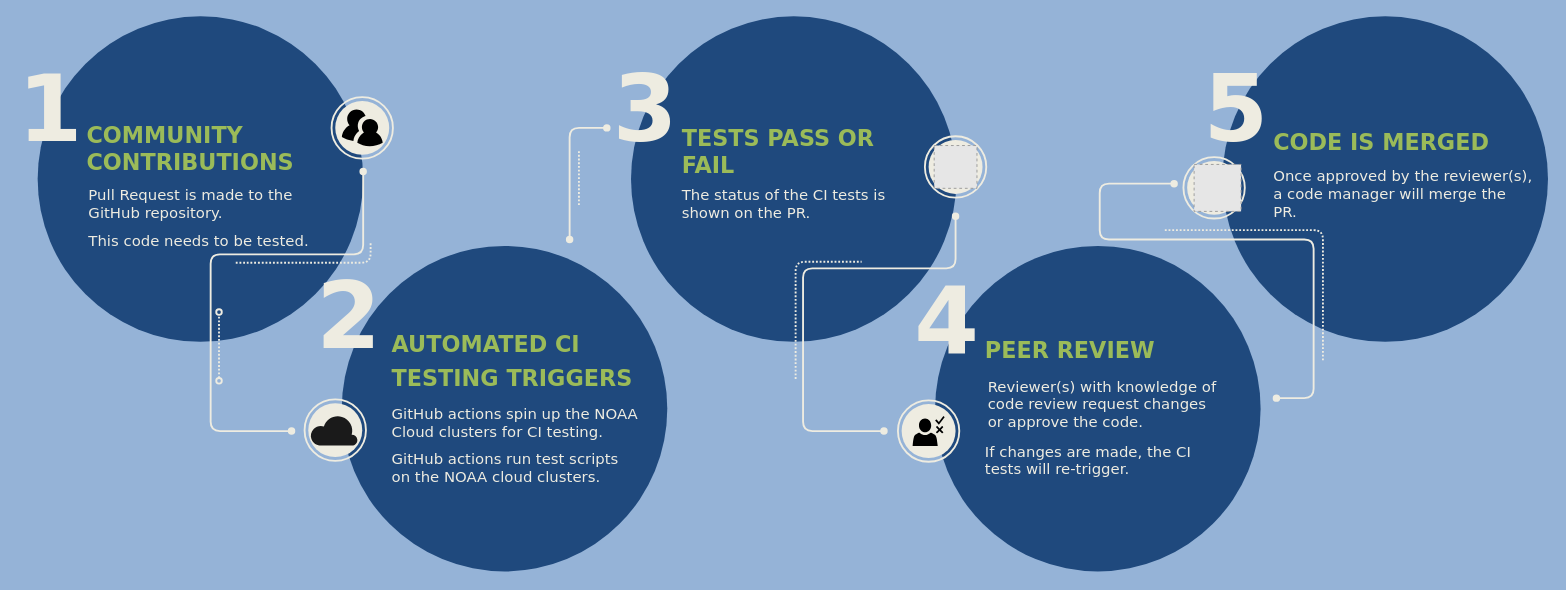
Before: Flowchart2AGU22.drawio in laurenchilutti/draw_io, a draw.io diagram. Source tidied: cells renumbered, new cells numbered last; positions are measured from the earlier drawing's top-left corner, leaving out a move shared by most shapes. Both pictures are drawn from the tidied source at 93%, with x=0, y=0 at pixel (16, 16). Pictures stored in the file or linked from it are replaced by grey dashed boxes.
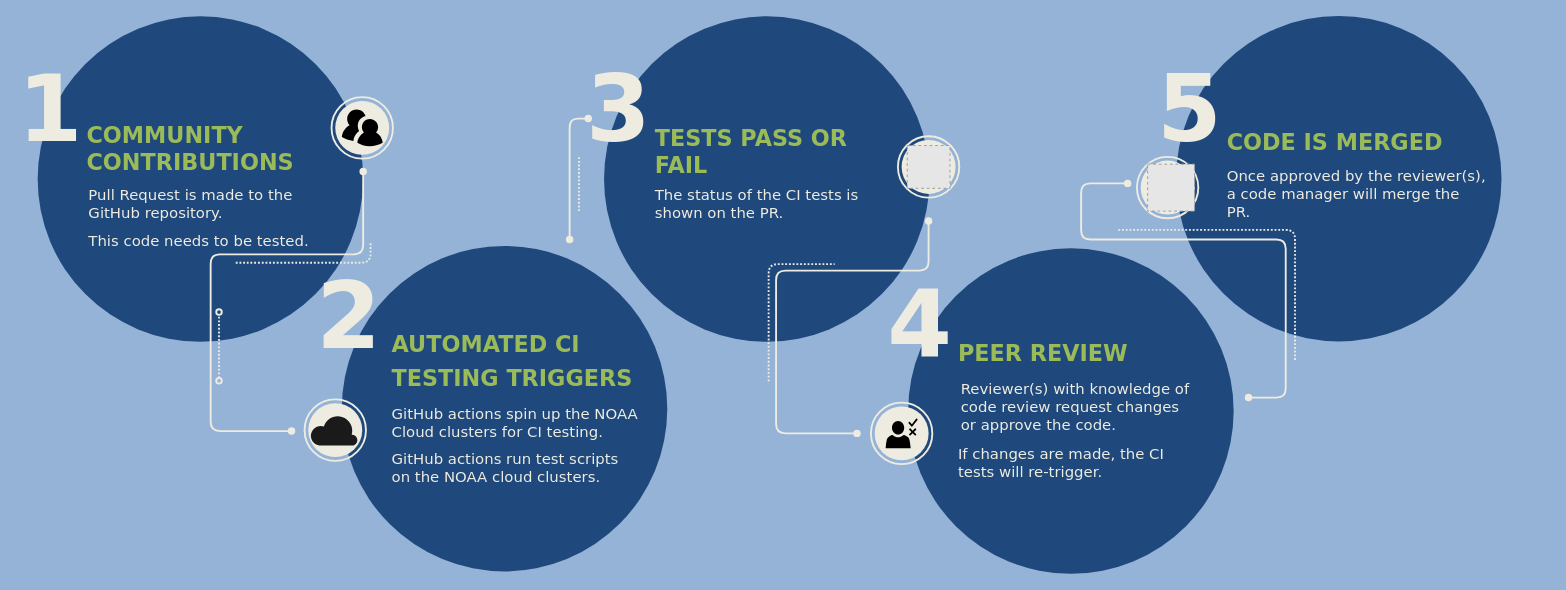
Above is the later version.

What changed in the source:
```diff
@@
     <mxCell id="23" style="ellipse;whiteSpace=wrap;html=1;fontFamily=Verdana;fontSize=16;fontColor=#DDDDDD;strokeColor=none;fillColor=#1F497D;" parent="1" vertex="1">
-      <mxGeometry x="661" width="350" height="350" as="geometry" />
+      <mxGeometry x="632" width="350" height="350" as="geometry" />
     </mxCell>
     <mxCell id="24" style="ellipse;whiteSpace=wrap;html=1;fontFamily=Verdana;fontSize=16;fontColor=#DDDDDD;strokeColor=none;fillColor=#1F497D;" parent="1" vertex="1">
-      <mxGeometry x="988" y="247" width="350" height="350" as="geometry" />
+      <mxGeometry x="959" y="249.5" width="350" height="350" as="geometry" />
     </mxCell>
     <mxCell id="25" value="&lt;font color=&quot;#eeece1&quot;&gt;3&lt;/font&gt;" style="text;html=1;align=left;verticalAlign=top;spacingTop=-4;fontSize=100;fontFamily=Verdana;fontColor=#F18808;fontStyle=1;" parent="1" vertex="1">
-      <mxGeometry x="640" y="38" width="90" height="130" as="geometry" />
+      <mxGeometry x="611" y="38" width="90" height="130" as="geometry" />
     </mxCell>
     <mxCell id="26" value="&lt;font color=&quot;#eeece1&quot;&gt;4&lt;/font&gt;" style="text;html=1;align=left;verticalAlign=top;spacingTop=-4;fontSize=100;fontFamily=Verdana;fontColor=#F18808;fontStyle=1;" parent="1" vertex="1">
-      <mxGeometry x="964" y="266" width="90" height="130" as="geometry" />
+      <mxGeometry x="935" y="268.5" width="90" height="130" as="geometry" />
     </mxCell>
     <mxCell id="27" value="&lt;font color=&quot;#9bbb59&quot;&gt;TESTS PASS OR&lt;br&gt;FAIL&lt;br&gt;&lt;/font&gt;" style="text;html=1;align=left;verticalAlign=top;spacingTop=-4;fontSize=24;fontFamily=Verdana;fontColor=#DDDDDD;fontStyle=1;" parent="1" vertex="1">
-      <mxGeometry x="714" y="115" width="230" height="70" as="geometry" />
+      <mxGeometry x="685" y="115" width="230" height="70" as="geometry" />
     </mxCell>
     <mxCell id="28" value="&lt;div style=&quot;line-height: 150%&quot;&gt;&lt;font color=&quot;#9bbb59&quot;&gt;PEER REVIEW&lt;/font&gt;&lt;/div&gt;" style="text;html=1;align=left;verticalAlign=top;spacingTop=-4;fontSize=24;fontFamily=Verdana;fontColor=#DDDDDD;fontStyle=1;" parent="1" vertex="1">
-      <mxGeometry x="1040" y="339" width="210" height="40" as="geometry" />
+      <mxGeometry x="1011" y="341.5" width="210" height="40" as="geometry" />
     </mxCell>
     <mxCell id="29" value="&lt;font color=&quot;#eeece1&quot;&gt;The status of the CI tests is&lt;br&gt;shown on the PR.&lt;br&gt;&lt;/font&gt;" style="text;html=1;align=left;verticalAlign=top;spacingTop=-4;fontSize=16;fontColor=#888888;fontFamily=Verdana;" parent="1" vertex="1">
-      <mxGeometry x="714" y="180" width="250" height="50" as="geometry" />
+      <mxGeometry x="685" y="180" width="250" height="50" as="geometry" />
     </mxCell>
     <mxCell id="30" value="&lt;font color=&quot;#eeece1&quot;&gt;Reviewer(s) with knowledge of&amp;nbsp;&lt;br&gt;code review request changes&lt;br&gt;or approve the code.&lt;br&gt;&lt;/font&gt;" style="text;html=1;align=left;verticalAlign=top;spacingTop=-4;fontSize=16;fontColor=#888888;fontFamily=Verdana;" parent="1" vertex="1">
-      <mxGeometry x="1043" y="386" width="280" height="70" as="geometry" />
+      <mxGeometry x="1014" y="388.5" width="280" height="70" as="geometry" />
     </mxCell>
     <mxCell id="31" style="endArrow=none;html=1;strokeColor=#EEECE1;fontFamily=Verdana;fontSize=16;fontColor=#DDDDDD;endFill=0;rounded=1;endSize=6;startArrow=none;startFill=0;strokeWidth=2;dashed=1;dashPattern=1 1;" parent="1" edge="1">
-      <mxGeometry x="1516" y="-210" as="geometry">
-        <mxPoint x="838" y="390" as="sourcePoint" />
-        <mxPoint x="909" y="264" as="targetPoint" />
+      <mxGeometry x="1487" y="-207.5" as="geometry">
+        <mxPoint x="809" y="392.5" as="sourcePoint" />
+        <mxPoint x="880" y="266.5" as="targetPoint" />
         <Array as="points">
-          <mxPoint x="838" y="264" />
+          <mxPoint x="809" y="266.5" />
         </Array>
       </mxGeometry>
     </mxCell>
     <mxCell id="32" style="endArrow=oval;html=1;strokeColor=#EEECE1;fontFamily=Verdana;fontSize=16;fontColor=#DDDDDD;endFill=1;rounded=1;endSize=6;startArrow=oval;startFill=1;strokeWidth=2;" parent="1" edge="1">
       <mxGeometry relative="1" as="geometry">
-        <mxPoint x="933" y="446" as="sourcePoint" />
-        <mxPoint x="1010" y="215" as="targetPoint" />
+        <mxPoint x="904" y="448.5" as="sourcePoint" />
+        <mxPoint x="981" y="220" as="targetPoint" />
         <Array as="points">
-          <mxPoint x="846" y="446" />
-          <mxPoint x="846" y="271" />
-          <mxPoint x="1010" y="271" />
+          <mxPoint x="817" y="448.5" />
+          <mxPoint x="817" y="273.5" />
+          <mxPoint x="981" y="273.5" />
+          <mxPoint x="981" y="252.5" />
         </Array>
       </mxGeometry>
     </mxCell>
     <mxCell id="33" style="group;" parent="1" vertex="1">
-      <mxGeometry x="977" y="129" width="66" height="66" as="geometry" />
+      <mxGeometry x="948" y="129" width="66" height="66" as="geometry" />
     </mxCell>
@@
     <mxCell id="37" style="group;" parent="1" vertex="1">
-      <mxGeometry x="948" y="413" width="66" height="66" as="geometry" />
+      <mxGeometry x="919" y="415.5" width="66" height="66" as="geometry" />
     </mxCell>
@@
     <mxCell id="41" value="&lt;font color=&quot;#eeece1&quot;&gt;&lt;br&gt;&lt;/font&gt;" style="text;html=1;align=left;verticalAlign=top;spacingTop=-4;fontSize=16;fontColor=#888888;fontFamily=Verdana;" parent="1" vertex="1">
-      <mxGeometry x="714" y="226" width="20" height="30" as="geometry" />
+      <mxGeometry x="685" y="226" width="20" height="30" as="geometry" />
     </mxCell>
     <mxCell id="42" value="&lt;font color=&quot;#eeece1&quot;&gt;If changes are made, the CI&amp;nbsp;&lt;br&gt;tests will re-trigger.&lt;br&gt;&lt;/font&gt;" style="text;html=1;align=left;verticalAlign=top;spacingTop=-4;fontSize=16;fontColor=#888888;fontFamily=Verdana;" parent="1" vertex="1">
-      <mxGeometry x="1040" y="456" width="260" height="50" as="geometry" />
+      <mxGeometry x="1011" y="458.5" width="260" height="50" as="geometry" />
     </mxCell>
     <mxCell id="43" style="ellipse;whiteSpace=wrap;html=1;fontFamily=Verdana;fontSize=16;fontColor=#DDDDDD;strokeColor=none;fillColor=#1F497D;" parent="1" vertex="1">
-      <mxGeometry x="1297" width="350" height="350" as="geometry" />
+      <mxGeometry x="1247" y="-0.3" width="350" height="350" as="geometry" />
     </mxCell>
     <mxCell id="44" value="&lt;font color=&quot;#eeece1&quot;&gt;5&lt;/font&gt;" style="text;html=1;align=left;verticalAlign=top;spacingTop=-4;fontSize=100;fontFamily=Verdana;fontColor=#F18808;fontStyle=1;" parent="1" vertex="1">
-      <mxGeometry x="1275" y="38" width="90" height="130" as="geometry" />
+      <mxGeometry x="1225" y="37.7" width="90" height="130" as="geometry" />
     </mxCell>
     <mxCell id="45" value="&lt;div style=&quot;line-height: 150%&quot;&gt;&lt;font color=&quot;#9bbb59&quot;&gt;CODE IS MERGED&lt;/font&gt;&lt;/div&gt;" style="text;html=1;align=left;verticalAlign=top;spacingTop=-4;fontSize=24;fontFamily=Verdana;fontColor=#DDDDDD;fontStyle=1;" parent="1" vertex="1">
-      <mxGeometry x="1350" y="115" width="260" height="40" as="geometry" />
+      <mxGeometry x="1300" y="114.7" width="260" height="40" as="geometry" />
     </mxCell>
     <mxCell id="46" value="&lt;font color=&quot;#eeece1&quot;&gt;Once approved by the reviewer(s),&lt;br&gt;a code manager will merge the&lt;br&gt;PR.&amp;nbsp;&lt;br&gt;&lt;/font&gt;" style="text;html=1;align=left;verticalAlign=top;spacingTop=-4;fontSize=16;fontColor=#888888;fontFamily=Verdana;" parent="1" vertex="1">
-      <mxGeometry x="1350" y="160" width="300" height="70" as="geometry" />
+      <mxGeometry x="1300" y="159.7" width="300" height="70" as="geometry" />
     </mxCell>
     <mxCell id="47" style="group;" parent="1" vertex="1">
-      <mxGeometry x="1255" y="151.5" width="66" height="66" as="geometry" />
+      <mxGeometry x="1205" y="151.2" width="66" height="66" as="geometry" />
     </mxCell>
@@
-    <mxCell id="51" style="orthogonalLoop=1;jettySize=auto;html=1;rounded=1;strokeColor=#EEECE1;fontColor=#9BBB59;endArrow=oval;endFill=1;startArrow=oval;startFill=1;strokeWidth=2;" parent="1" edge="1">
+    <mxCell id="51" style="orthogonalLoop=1;jettySize=auto;html=1;rounded=1;strokeColor=#EEECE1;fontColor=#9BBB59;endArrow=oval;endFill=1;startArrow=oval;startFill=1;strokeWidth=2;edgeStyle=orthogonalEdgeStyle;" parent="1" edge="1">
       <mxGeometry relative="1" as="geometry">
         <mxPoint x="595" y="240" as="sourcePoint" />
-        <mxPoint x="635" y="120" as="targetPoint" />
+        <mxPoint x="615" y="110" as="targetPoint" />
         <Array as="points">
-          <mxPoint x="595" y="120" />
+          <mxPoint x="595" y="110" />
+          <mxPoint x="615" y="110" />
         </Array>
       </mxGeometry>
     </mxCell>
     <mxCell id="52" style="edgeStyle=none;orthogonalLoop=1;jettySize=auto;html=1;rounded=1;strokeColor=#EEECE1;strokeWidth=2;fontColor=#9BBB59;startArrow=none;startFill=0;endArrow=none;endFill=0;dashed=1;dashPattern=1 1;" parent="1" edge="1">
       <mxGeometry relative="1" as="geometry">
-        <mxPoint x="605" y="145" as="sourcePoint" />
-        <mxPoint x="605" y="205" as="targetPoint" />
+        <mxPoint x="605" y="151.5" as="sourcePoint" />
+        <mxPoint x="605" y="211.5" as="targetPoint" />
       </mxGeometry>
     </mxCell>
     <mxCell id="53" style="edgeStyle=orthogonalEdgeStyle;orthogonalLoop=1;jettySize=auto;html=1;rounded=1;strokeColor=#EEECE1;strokeWidth=2;fontColor=#9BBB59;startArrow=oval;startFill=1;endArrow=oval;endFill=1;jumpSize=2;" parent="1" edge="1">
       <mxGeometry relative="1" as="geometry">
-        <mxPoint x="1355" y="410.6" as="sourcePoint" />
-        <mxPoint x="1245" y="180" as="targetPoint" />
+        <mxPoint x="1325" y="410" as="sourcePoint" />
+        <mxPoint x="1195" y="179.7" as="targetPoint" />
         <Array as="points">
-          <mxPoint x="1395" y="411" />
-          <mxPoint x="1395" y="240" />
-          <mxPoint x="1165" y="240" />
-          <mxPoint x="1165" y="180" />
+          <mxPoint x="1365" y="410" />
+          <mxPoint x="1365" y="240" />
+          <mxPoint x="1145" y="240" />
+          <mxPoint x="1145" y="180" />
         </Array>
       </mxGeometry>
     </mxCell>
     <mxCell id="54" style="edgeStyle=orthogonalEdgeStyle;orthogonalLoop=1;jettySize=auto;html=1;rounded=1;strokeColor=#EEECE1;strokeWidth=2;fontColor=#9BBB59;startArrow=none;startFill=0;endArrow=none;endFill=0;jumpSize=2;dashed=1;dashPattern=1 1;" parent="1" edge="1">
       <mxGeometry relative="1" as="geometry">
-        <mxPoint x="1235" y="230" as="sourcePoint" />
-        <mxPoint x="1405" y="370" as="targetPoint" />
+        <mxPoint x="1185" y="229.7" as="sourcePoint" />
+        <mxPoint x="1375" y="370" as="targetPoint" />
         <Array as="points">
-          <mxPoint x="1405" y="230" />
+          <mxPoint x="1375" y="230" />
+          <mxPoint x="1375" y="370" />
         </Array>
       </mxGeometry>
     </mxCell>
```
